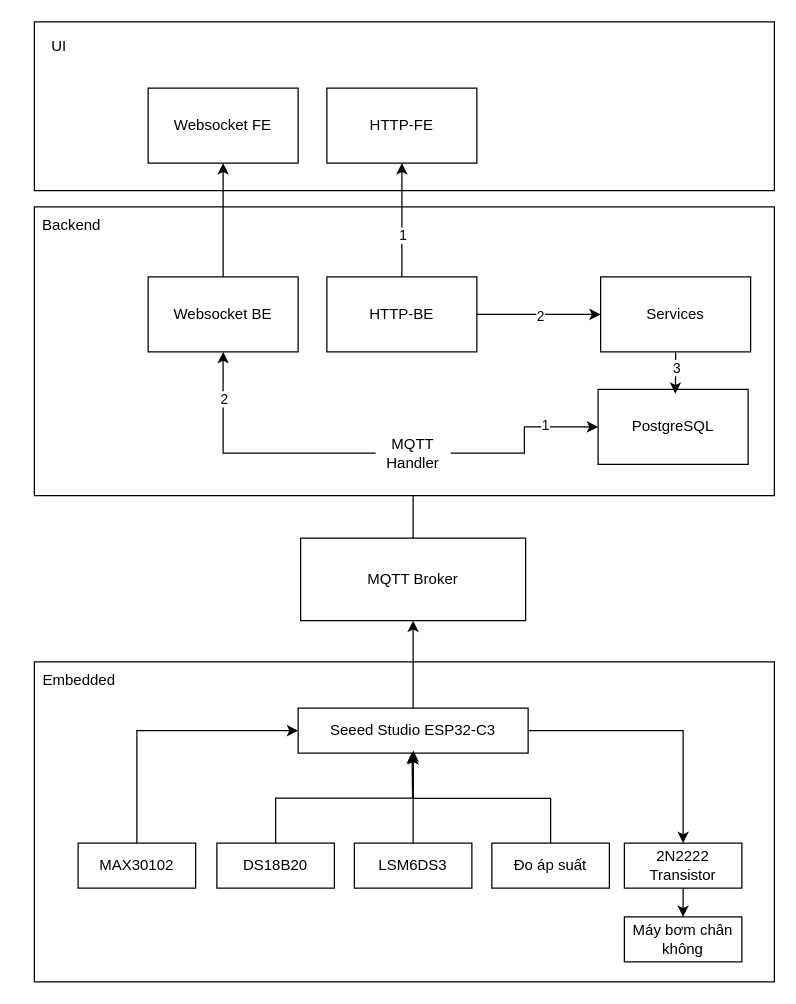
mellivora24/HealthMonitor-2 keeps this draw.io diagram as documents/KIENTRUCKIENTRUC.drawio. Above is the earlier version. Source tidied: cells renumbered, new cells numbered last; positions are measured from the earlier drawing's top-left corner, leaving out a move shared by most shapes. Both pictures are drawn from the tidied source at 125%, with x=0, y=0 at pixel (21, 21).
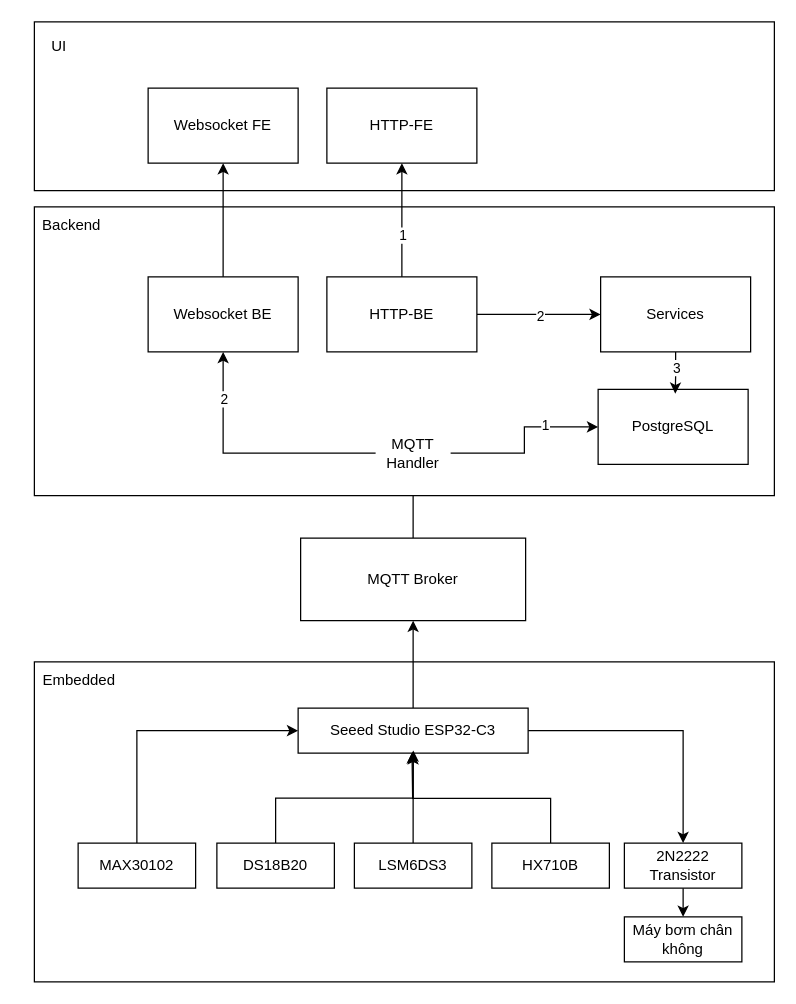
The same diagram, later.

The edit, as a diff of the source:
```diff
@@
-    <mxCell id="14" value="Đo áp suất" style="rounded=0;whiteSpace=wrap;html=1;" parent="1" vertex="1">
+    <mxCell id="14" value="HX710B" style="rounded=0;whiteSpace=wrap;html=1;" parent="1" vertex="1">
       <mxGeometry x="376" y="657" width="94" height="36" as="geometry" />
     </mxCell>
```
